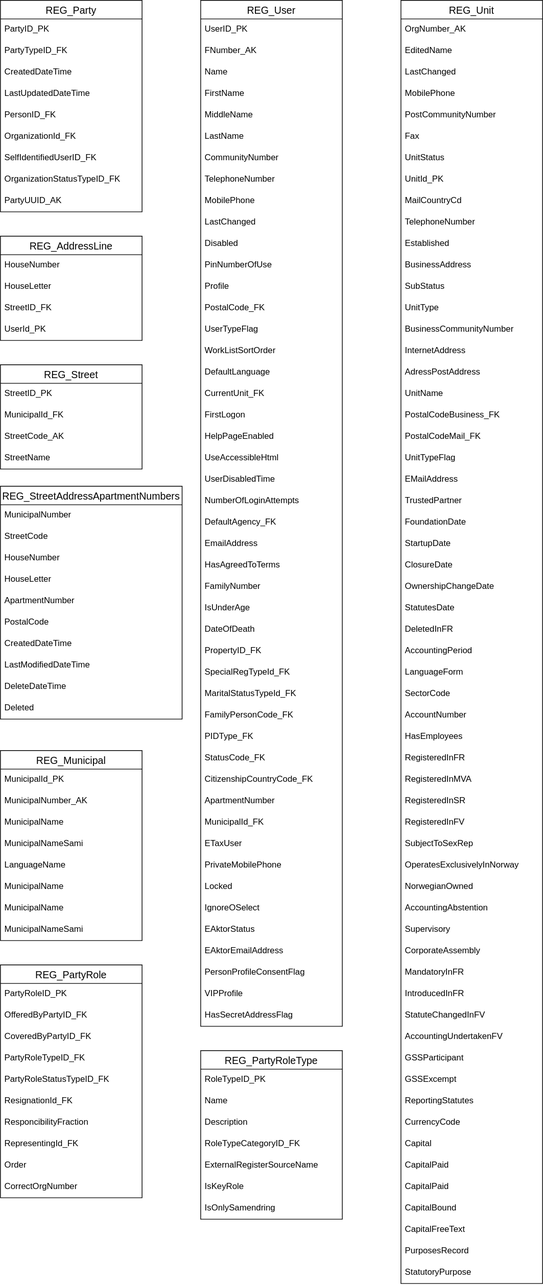
Earlier version of the draw.io export content/technology/solutions/altinn-platform/register/dbdesignorg.drawio.svg (Altinn/altinn-studio-docs). Source tidied: cells renumbered, new cells last; positions are measured from the earlier drawing's top-left corner, leaving out a move shared by most shapes.
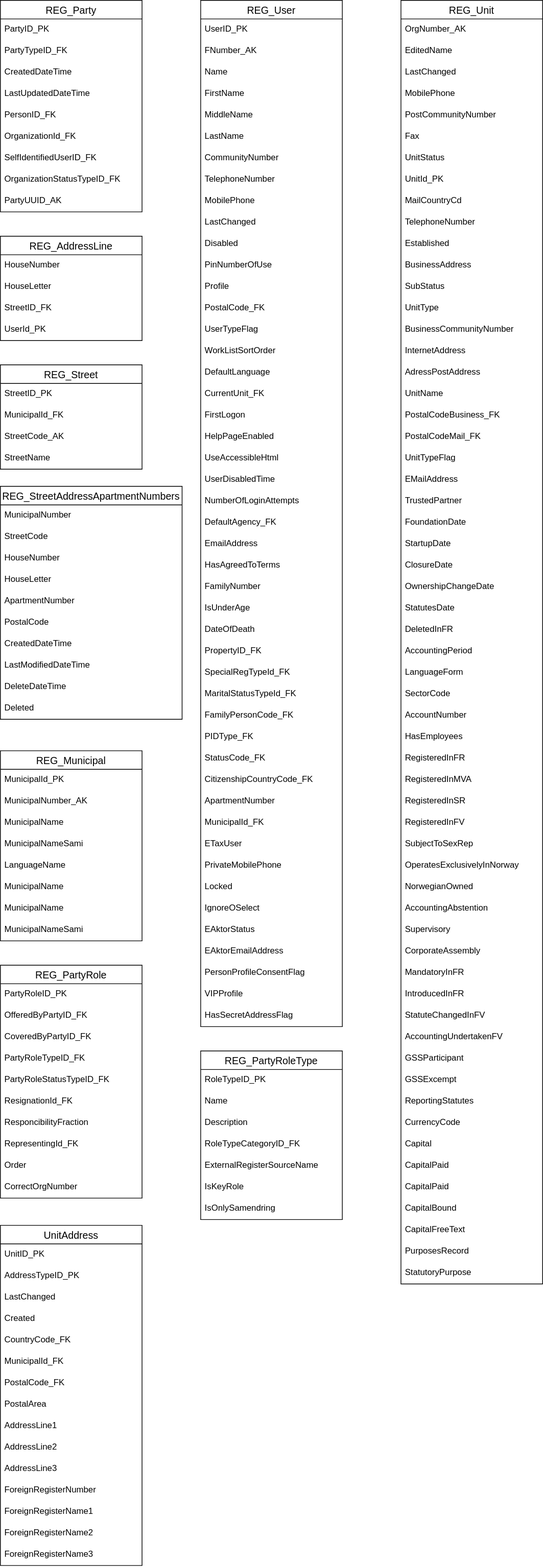
The same file after the commit.

Diff of the diagram source:
```diff
@@ -503,5 +503,53 @@
     <mxCell id="168" value="MunicipalNameSami" style="text;strokeColor=none;fillColor=none;spacingLeft=4;spacingRight=4;overflow=hidden;fontSize=12;" parent="160" vertex="1">
       <mxGeometry y="236" width="198" height="30" as="geometry" />
     </mxCell>
+    <mxCell id="169" value="UnitAddress" style="swimlane;fontStyle=0;horizontal=1;startSize=26;align=center;fontSize=14;" parent="1" vertex="1">
+      <mxGeometry y="1714" width="198" height="476" as="geometry" />
+    </mxCell>
+    <mxCell id="170" value="UnitID_PK" style="text;strokeColor=none;fillColor=none;spacingLeft=4;spacingRight=4;overflow=hidden;fontSize=12;" parent="169" vertex="1">
+      <mxGeometry y="26" width="198" height="30" as="geometry" />
+    </mxCell>
+    <mxCell id="171" value="AddressTypeID_PK" style="text;strokeColor=none;fillColor=none;spacingLeft=4;spacingRight=4;overflow=hidden;fontSize=12;" parent="169" vertex="1">
+      <mxGeometry y="56" width="198" height="30" as="geometry" />
+    </mxCell>
+    <mxCell id="172" value="LastChanged" style="text;strokeColor=none;fillColor=none;spacingLeft=4;spacingRight=4;overflow=hidden;fontSize=12;" parent="169" vertex="1">
+      <mxGeometry y="86" width="198" height="30" as="geometry" />
+    </mxCell>
+    <mxCell id="173" value="Created" style="text;strokeColor=none;fillColor=none;spacingLeft=4;spacingRight=4;overflow=hidden;fontSize=12;" parent="169" vertex="1">
+      <mxGeometry y="116" width="198" height="30" as="geometry" />
+    </mxCell>
+    <mxCell id="174" value="CountryCode_FK" style="text;strokeColor=none;fillColor=none;spacingLeft=4;spacingRight=4;overflow=hidden;fontSize=12;" parent="169" vertex="1">
+      <mxGeometry y="146" width="198" height="30" as="geometry" />
+    </mxCell>
+    <mxCell id="175" value="MunicipalId_FK" style="text;strokeColor=none;fillColor=none;spacingLeft=4;spacingRight=4;overflow=hidden;fontSize=12;" parent="169" vertex="1">
+      <mxGeometry y="176" width="198" height="30" as="geometry" />
+    </mxCell>
+    <mxCell id="176" value="PostalCode_FK" style="text;strokeColor=none;fillColor=none;spacingLeft=4;spacingRight=4;overflow=hidden;fontSize=12;" parent="169" vertex="1">
+      <mxGeometry y="206" width="198" height="30" as="geometry" />
+    </mxCell>
+    <mxCell id="177" value="PostalArea" style="text;strokeColor=none;fillColor=none;spacingLeft=4;spacingRight=4;overflow=hidden;fontSize=12;" parent="169" vertex="1">
+      <mxGeometry y="236" width="198" height="30" as="geometry" />
+    </mxCell>
+    <mxCell id="178" value="AddressLine1" style="text;strokeColor=none;fillColor=none;spacingLeft=4;spacingRight=4;overflow=hidden;fontSize=12;" parent="169" vertex="1">
+      <mxGeometry y="266" width="198" height="30" as="geometry" />
+    </mxCell>
+    <mxCell id="179" value="AddressLine2" style="text;strokeColor=none;fillColor=none;spacingLeft=4;spacingRight=4;overflow=hidden;fontSize=12;" parent="169" vertex="1">
+      <mxGeometry y="296" width="198" height="30" as="geometry" />
+    </mxCell>
+    <mxCell id="180" value="AddressLine3" style="text;strokeColor=none;fillColor=none;spacingLeft=4;spacingRight=4;overflow=hidden;fontSize=12;" parent="169" vertex="1">
+      <mxGeometry y="326" width="198" height="30" as="geometry" />
+    </mxCell>
+    <mxCell id="181" value="ForeignRegisterNumber" style="text;strokeColor=none;fillColor=none;spacingLeft=4;spacingRight=4;overflow=hidden;fontSize=12;" parent="169" vertex="1">
+      <mxGeometry y="356" width="198" height="30" as="geometry" />
+    </mxCell>
+    <mxCell id="182" value="ForeignRegisterName1" style="text;strokeColor=none;fillColor=none;spacingLeft=4;spacingRight=4;overflow=hidden;fontSize=12;" parent="169" vertex="1">
+      <mxGeometry y="386" width="198" height="30" as="geometry" />
+    </mxCell>
+    <mxCell id="183" value="ForeignRegisterName2" style="text;strokeColor=none;fillColor=none;spacingLeft=4;spacingRight=4;overflow=hidden;fontSize=12;" parent="169" vertex="1">
+      <mxGeometry y="416" width="198" height="30" as="geometry" />
+    </mxCell>
+    <mxCell id="184" value="ForeignRegisterName3" style="text;strokeColor=none;fillColor=none;spacingLeft=4;spacingRight=4;overflow=hidden;fontSize=12;" parent="169" vertex="1">
+      <mxGeometry y="446" width="198" height="30" as="geometry" />
+    </mxCell>
   </root>
 </mxGraphModel>
```
